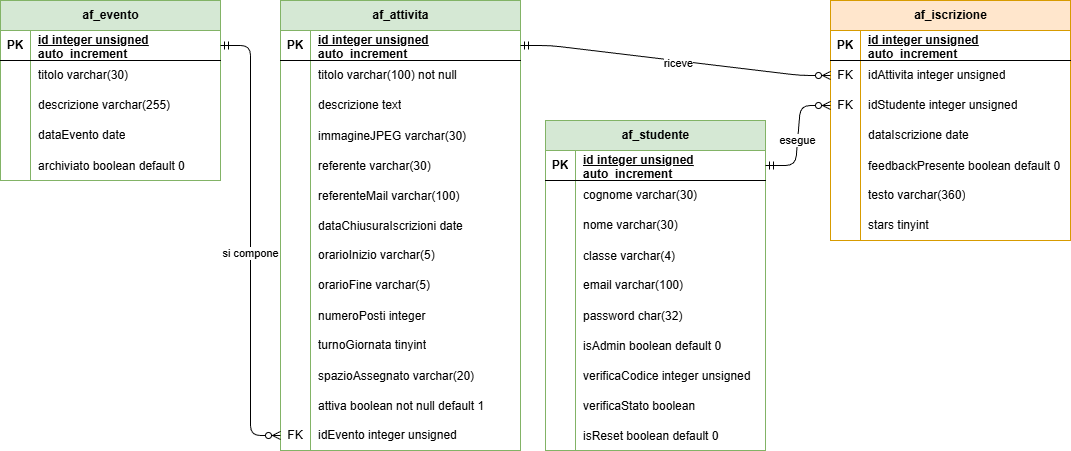
Earlier version of the draw.io export AS_2025_2026/5I/Informatica/CS02 - Assemblee/er.drawio.png (CescoP81/GalileiOstiglia). Source tidied: cells renumbered, new cells last; positions are measured from the earlier drawing's top-left corner, leaving out a move shared by most shapes.
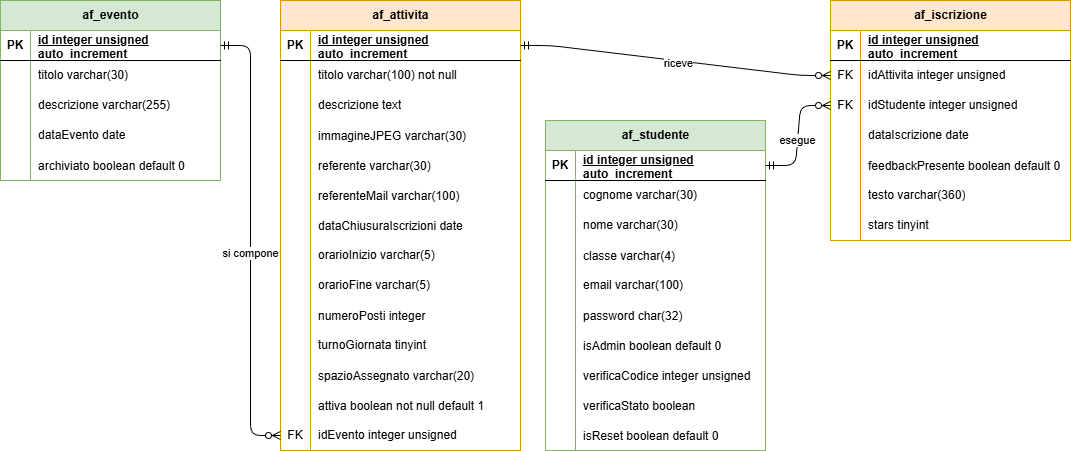
Later version of the same file.

Diff of the diagram source:
```diff
@@ -2,7 +2,7 @@
   <root>
     <mxCell id="0" />
     <mxCell id="1" parent="0" />
-    <mxCell id="2" value="af_attivita" style="shape=table;startSize=30;rowLines=0;fontStyle=1;align=center;html=1;fillColor=#d5e8d4;strokeColor=#82b366;" parent="1" vertex="1">
+    <mxCell id="2" value="af_attivita" style="shape=table;startSize=30;rowLines=0;fontStyle=1;align=center;html=1;fillColor=#ffe6cc;strokeColor=#d79b00;" parent="1" vertex="1">
       <mxGeometry x="280" width="240" height="450" as="geometry" />
     </mxCell>
     <mxCell id="3" style="shape=tableRow;horizontal=0;startSize=0;swimlaneHead=0;swimlaneBody=0;fillColor=none;points=[[0,0.5],[1,0.5]];portConstraint=eastwest;top=0;left=0;right=0;bottom=1;" parent="2" vertex="1">
```
